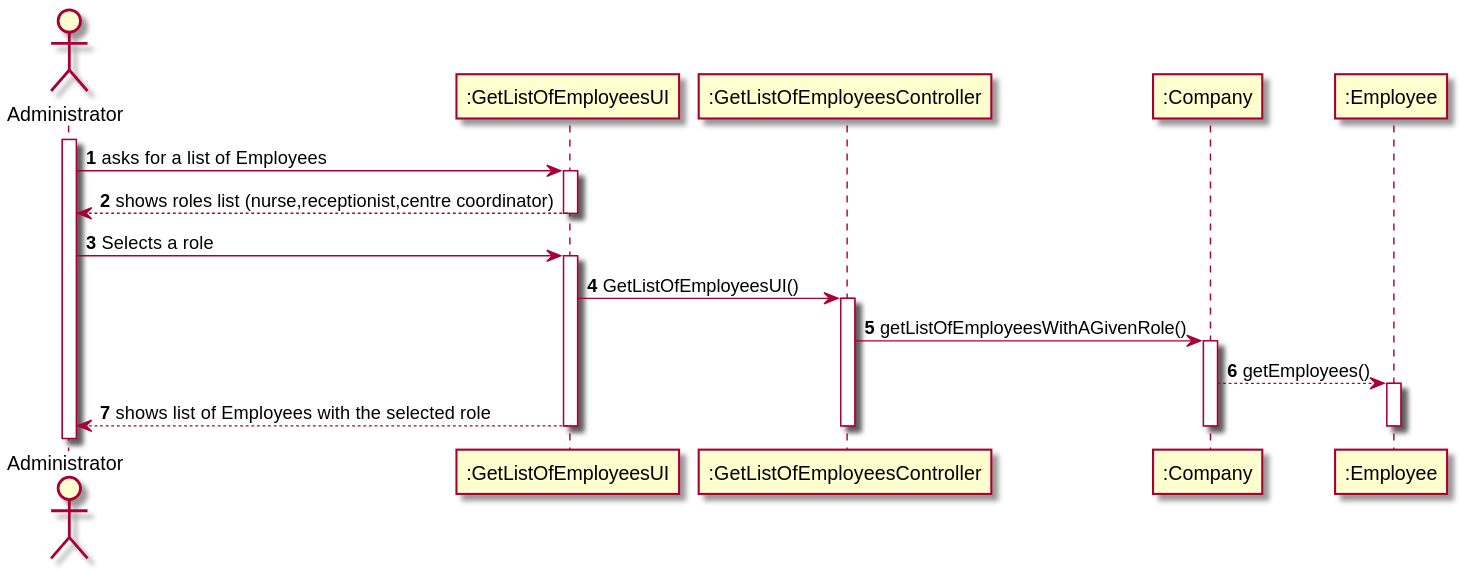
Pirussa/lei-22-s2-1da-g02 keeps this PlantUML diagram as docs/SprintB/US011/US011_SD.svg. Above is the earlier version.
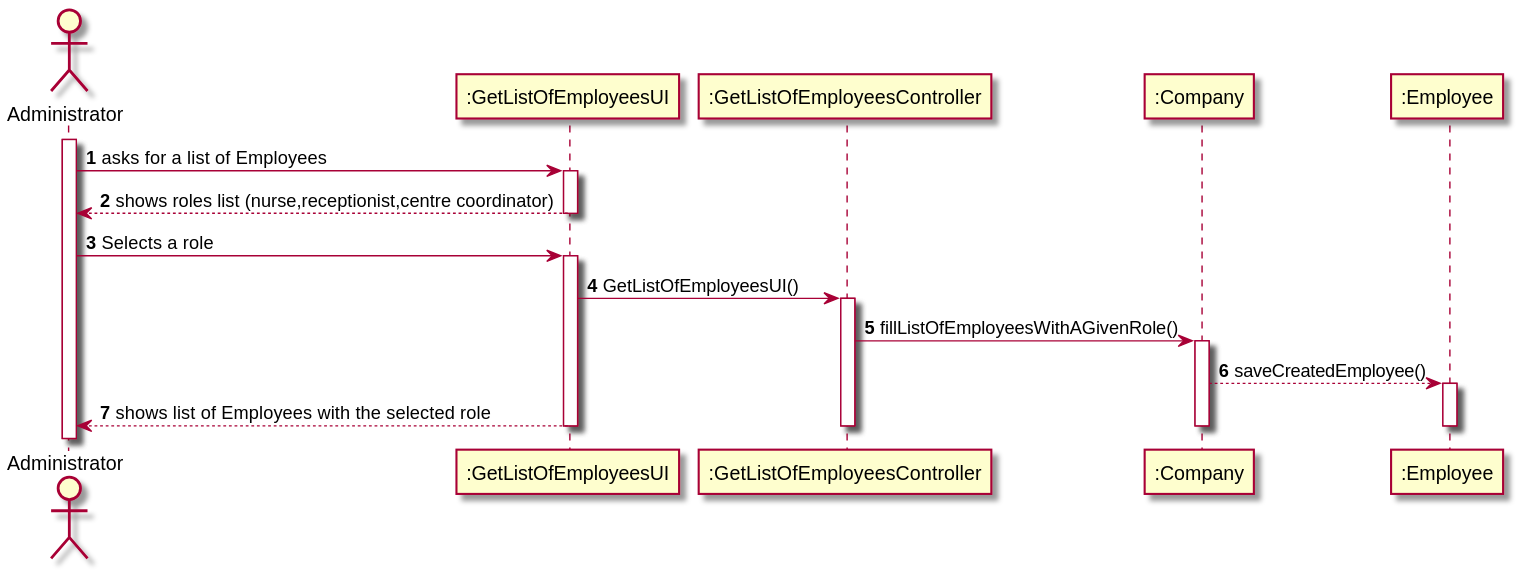
The same file after the commit.

What changed in the source:
```diff
@@ -21,9 +21,9 @@
 UI -> CTRL : GetListOfEmployeesUI()
 activate CTRL
 
-CTRL -> C : getListOfEmployeesWithAGivenRole()
+CTRL -> C : fillListOfEmployeesWithAGivenRole()
 activate C
-C --> E : getEmployees()
+C --> E : saveCreatedEmployee()
 activate E
 
 UI --> A: shows list of Employees with the selected role
```
